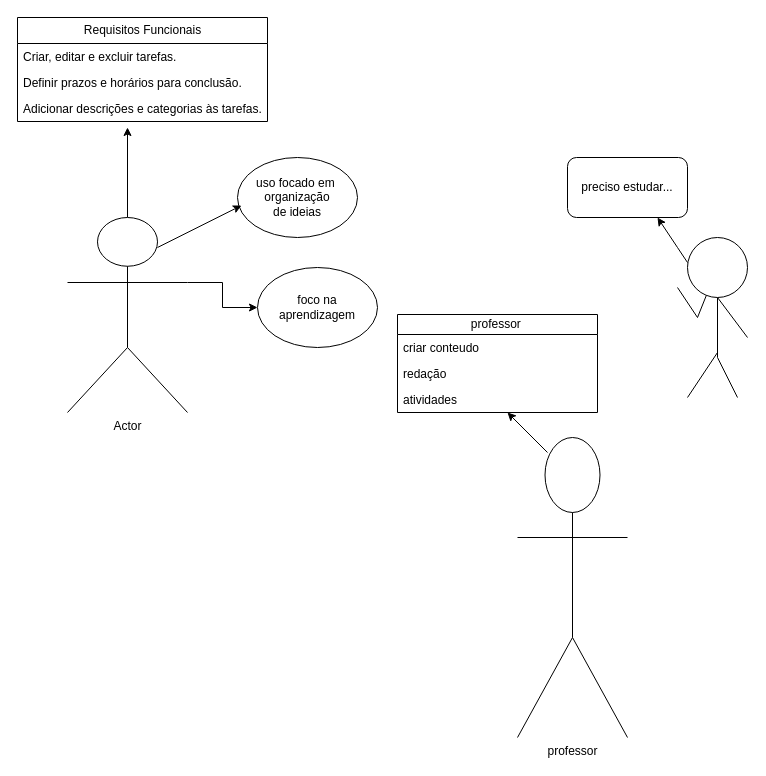
Above: page "Página-5" (5 of 12) of aula.drawio in arthursostenes/diagramaderequisitos (draw.io), before the change. Source tidied: cells renumbered, new cells numbered last; positions are measured from the earlier drawing's top-left corner, leaving out a move shared by most shapes. Both pictures are drawn from the tidied source at 100%, with x=0, y=0 at pixel (17, 17).
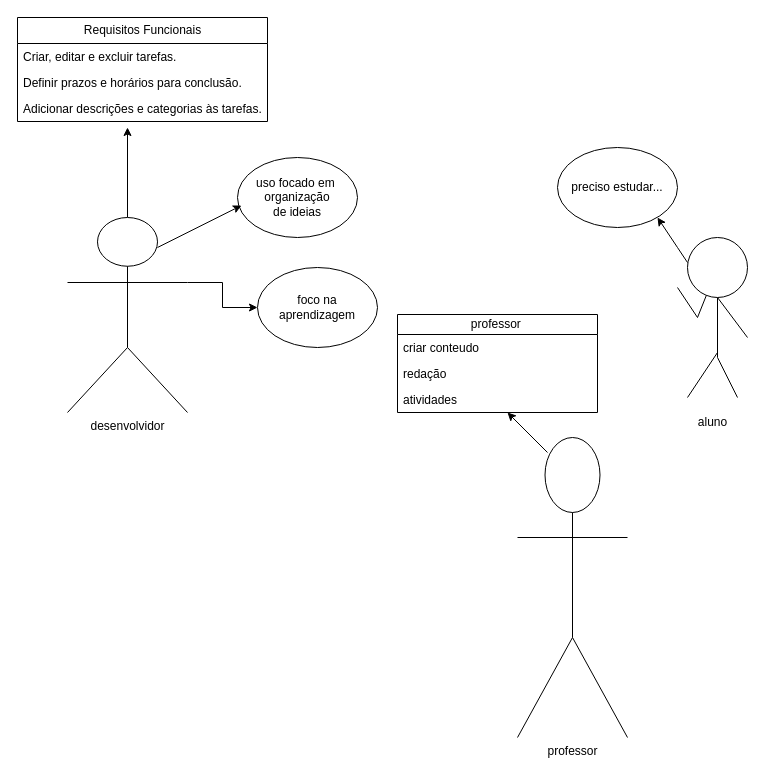
The same page after the edit.

Diff of the diagram source:
```diff
@@
-    <mxCell id="4" value="Actor" style="shape=umlActor;verticalLabelPosition=bottom;verticalAlign=top;html=1;outlineConnect=0;" parent="1" vertex="1">
+    <mxCell id="4" value="desenvolvidor" style="shape=umlActor;verticalLabelPosition=bottom;verticalAlign=top;html=1;outlineConnect=0;" parent="1" vertex="1">
       <mxGeometry x="50" y="200" width="120" height="195" as="geometry" />
     </mxCell>
@@
-    <mxCell id="22" value="preciso estudar&lt;span style=&quot;background-color: transparent; color: light-dark(rgb(0, 0, 0), rgb(255, 255, 255));&quot;&gt;...&lt;/span&gt;" style="rounded=1;whiteSpace=wrap;html=1;" parent="1" vertex="1">
-      <mxGeometry x="550" y="140" width="120" height="60" as="geometry" />
-    </mxCell>
@@
+    <mxCell id="26" value="preciso estudar..." style="ellipse;whiteSpace=wrap;html=1;" parent="1" vertex="1">
+      <mxGeometry x="540" y="130" width="120" height="80" as="geometry" />
+    </mxCell>
+    <mxCell id="27" value="aluno" style="text;html=1;align=center;verticalAlign=middle;strokeColor=none;fillColor=none;" parent="1" vertex="1">
+      <mxGeometry x="670" y="390" width="50" height="30" as="geometry" />
+    </mxCell>
```
